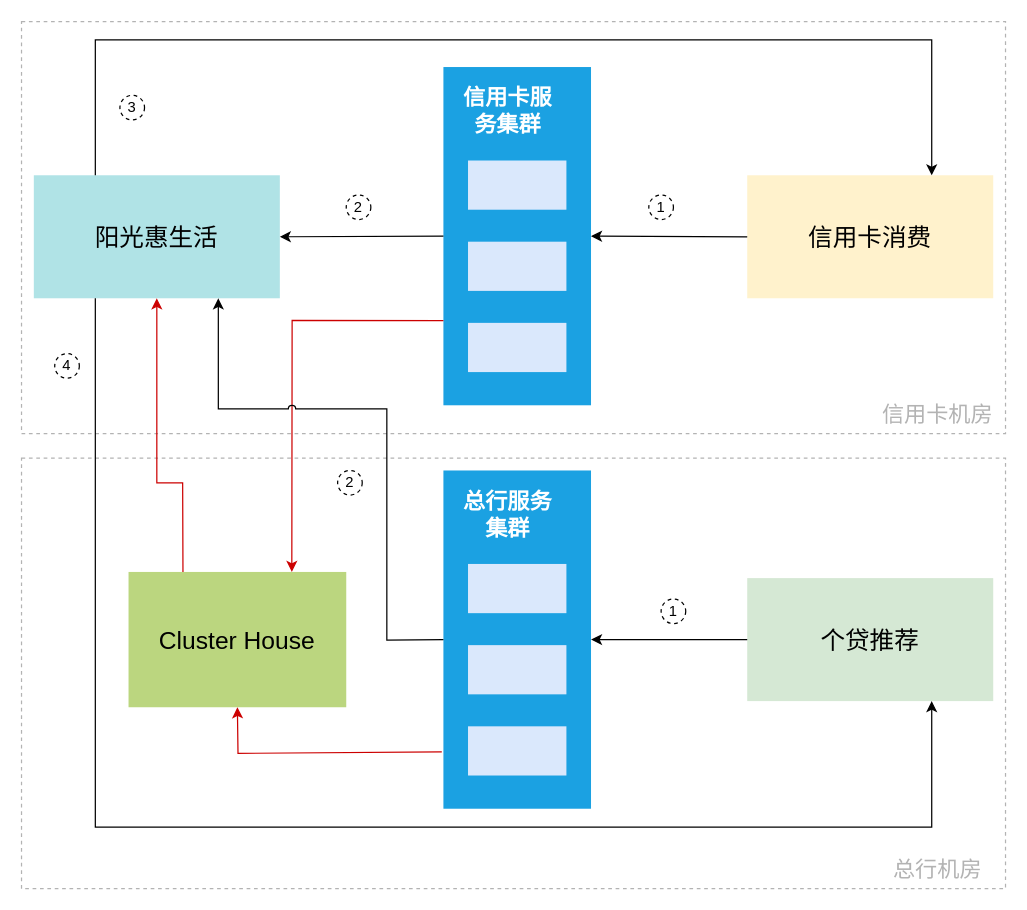
Above: page "方案3-full" (5 of 12) of design/ppt/human/图片集.drawio in thinwind/ebnas (draw.io), before the change. Source tidied: cells renumbered, new cells numbered last; positions are measured from the earlier drawing's top-left corner, leaving out a move shared by most shapes. Both pictures are drawn from the tidied source at 123%, with x=0, y=0 at pixel (21, 21).
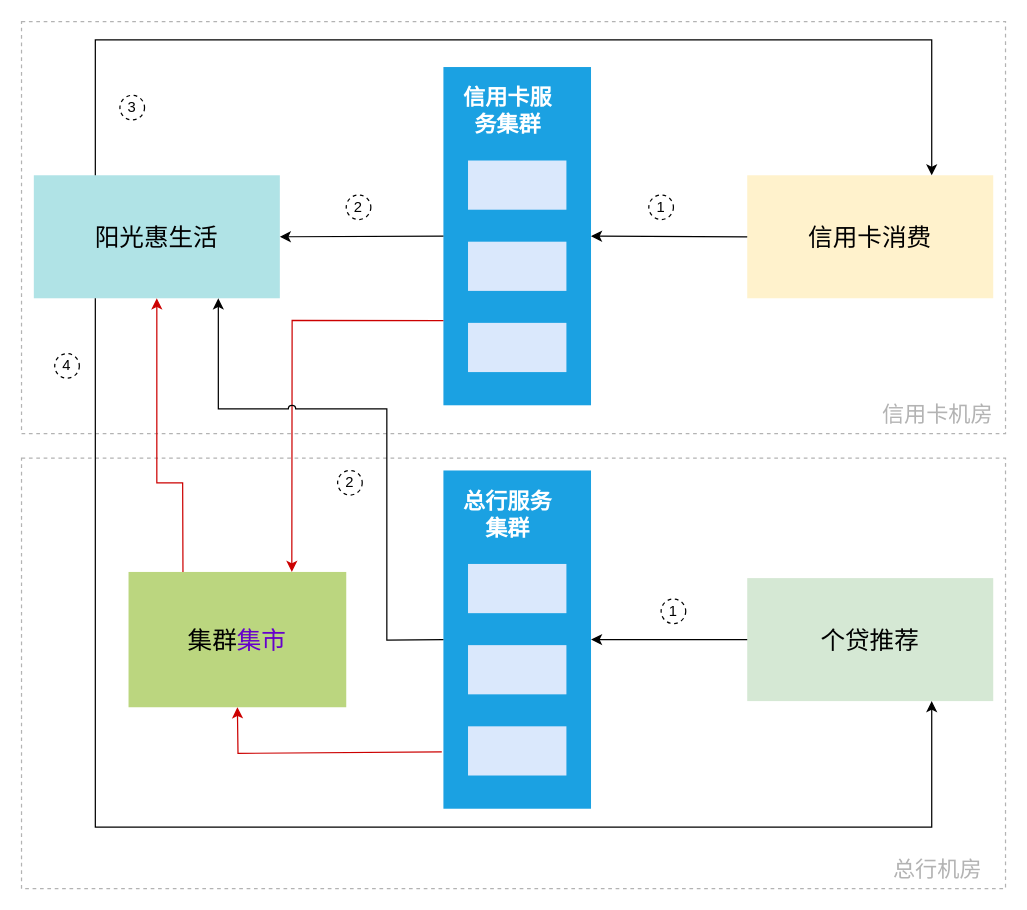
Above is the later version.

Change to the diagram source:
```diff
@@
-    <mxCell id="25" value="&lt;font style=&quot;font-size: 20px&quot;&gt;Cluster House&lt;/font&gt;" style="rounded=0;whiteSpace=wrap;html=1;dashed=1;labelBorderColor=none;fontSize=20;strokeColor=none;fillColor=#BBD67F;align=center;" parent="1" vertex="1">
+    <mxCell id="25" value="集群&lt;font color=&quot;#6600cc&quot;&gt;集市&lt;/font&gt;" style="rounded=0;whiteSpace=wrap;html=1;dashed=1;labelBorderColor=none;fontSize=20;strokeColor=none;fillColor=#BBD67F;align=center;" parent="1" vertex="1">
       <mxGeometry x="87" y="447.5" width="177" height="110" as="geometry" />
     </mxCell>
```
